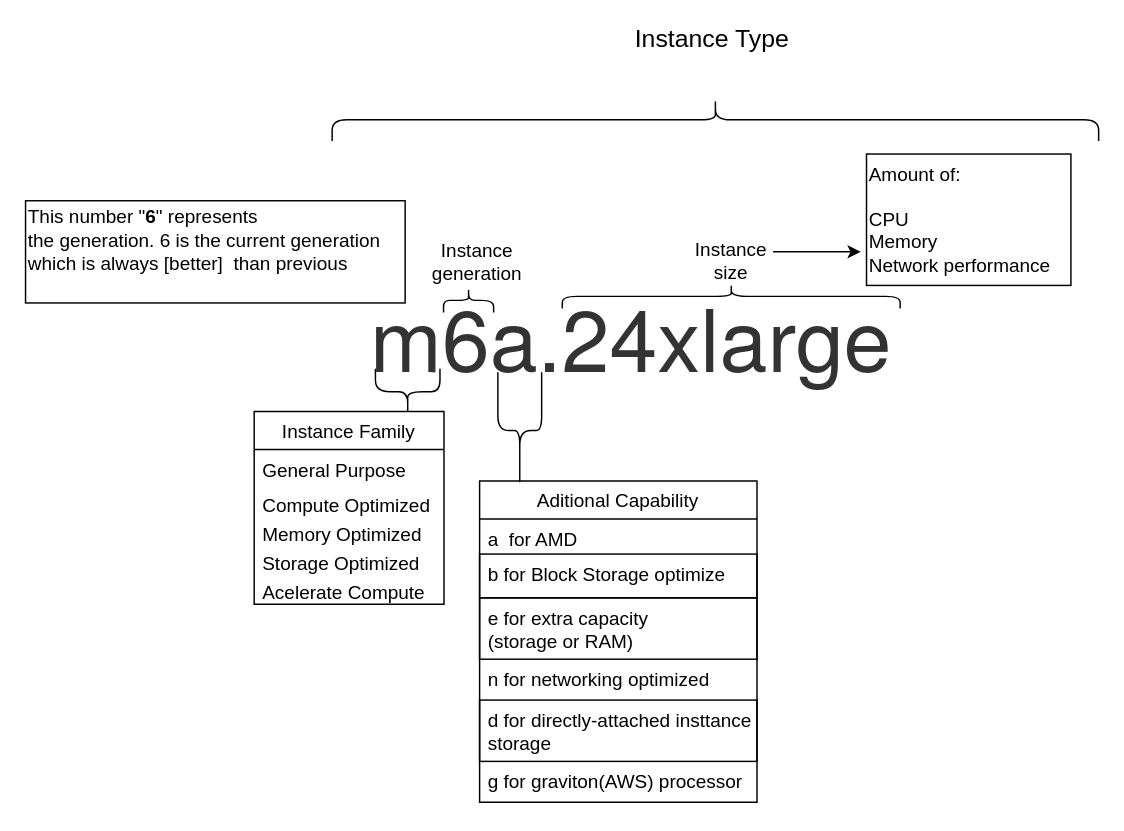
Before: certification/ec2/ec2_naming_pattern.drawio in ldipotetjob/AWS, a draw.io diagram. Source tidied: cells renumbered, new cells numbered last; positions are measured from the earlier drawing's top-left corner, leaving out a move shared by most shapes. Both pictures are drawn from the tidied source at 146%, with x=0, y=0 at pixel (25, 25).
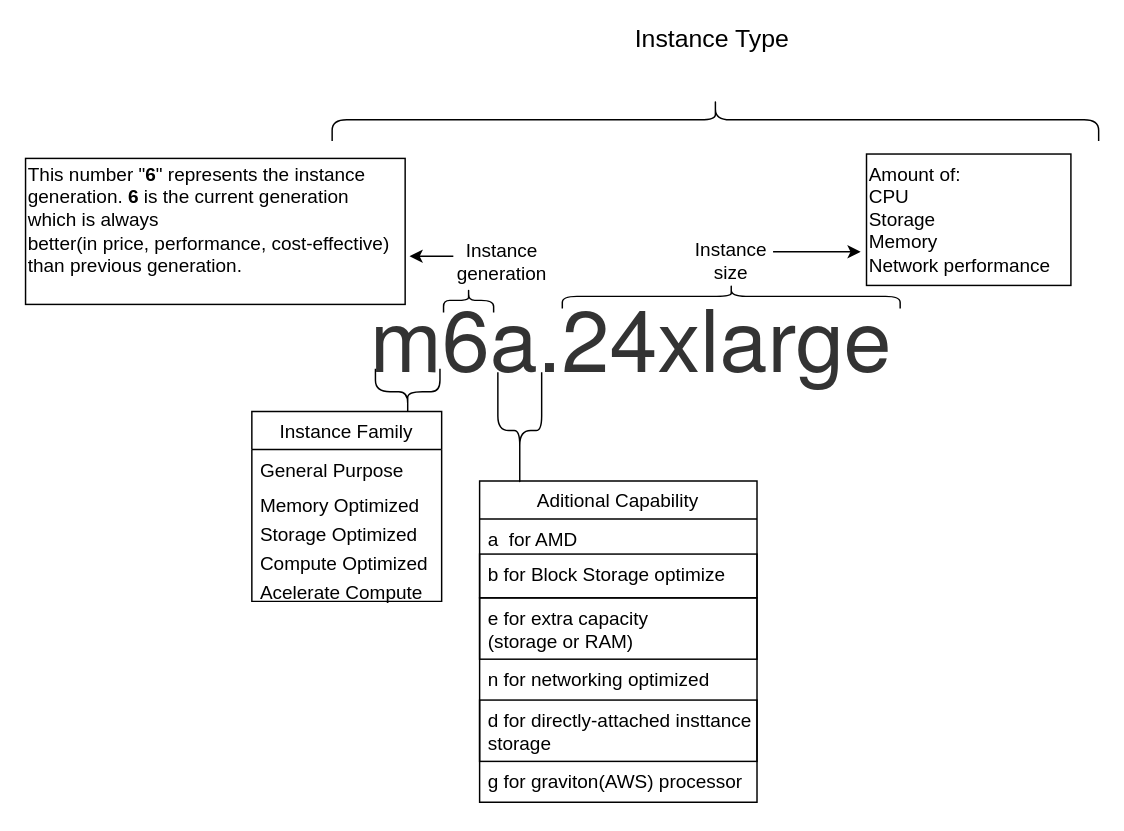
Above is the later version.

The edit, as a diff of the source:
```diff
@@
     <mxCell id="5" value="&lt;font style=&quot;font-size: 13px;&quot;&gt;Instance&lt;br&gt;generation&lt;br&gt;&lt;/font&gt;" style="text;html=1;align=center;verticalAlign=middle;strokeColor=none;fillColor=none;fontSize=13;" parent="1" vertex="1">
-      <mxGeometry x="269" y="142" width="80" height="40" as="geometry" />
+      <mxGeometry x="286" y="142" width="80" height="40" as="geometry" />
     </mxCell>
@@
-    <mxCell id="16" value="&lt;font style=&quot;font-size: 13px;&quot;&gt;Amount of:&lt;br&gt;&lt;br&gt;CPU&lt;br&gt;Memory&lt;br&gt;Network performance&lt;br&gt;&lt;/font&gt;" style="text;html=1;align=left;verticalAlign=middle;strokeColor=default;fillColor=none;fontSize=13;" parent="1" vertex="1">
+    <mxCell id="16" value="&lt;font style=&quot;font-size: 13px;&quot;&gt;Amount of:&lt;br&gt;CPU&lt;br&gt;Storage&lt;br&gt;Memory&lt;br&gt;Network performance&lt;br&gt;&lt;/font&gt;" style="text;html=1;align=left;verticalAlign=middle;strokeColor=default;fillColor=none;fontSize=13;" parent="1" vertex="1">
       <mxGeometry x="576" y="88" width="140" height="90" as="geometry" />
     </mxCell>
@@
     <mxCell id="18" value="Instance Family" style="swimlane;fontStyle=0;horizontal=1;startSize=26;fillColor=none;fontSize=13;" parent="1" vertex="1">
-      <mxGeometry x="156.6" y="264.4" width="130" height="132" as="geometry" />
+      <mxGeometry x="155" y="264.4" width="130" height="130" as="geometry" />
     </mxCell>
@@
-    <mxCell id="20" value="Compute Optimized " style="text;strokeColor=none;fillColor=none;align=left;verticalAlign=top;spacingLeft=4;spacingRight=4;overflow=hidden;fontSize=13;" parent="18" vertex="1">
-      <mxGeometry y="50" width="130" height="20" as="geometry" />
-    </mxCell>
     <mxCell id="21" value="Memory Optimized" style="text;strokeColor=none;fillColor=none;align=left;verticalAlign=top;spacingLeft=4;spacingRight=4;overflow=hidden;fontSize=13;" parent="18" vertex="1">
-      <mxGeometry y="70" width="130" height="20" as="geometry" />
+      <mxGeometry y="50" width="130" height="20" as="geometry" />
     </mxCell>
     <mxCell id="22" value="Storage Optimized&#10;" style="text;strokeColor=none;fillColor=none;align=left;verticalAlign=top;spacingLeft=4;spacingRight=4;overflow=hidden;fontSize=13;" parent="18" vertex="1">
-      <mxGeometry y="90" width="130" height="20" as="geometry" />
+      <mxGeometry y="70" width="130" height="20" as="geometry" />
     </mxCell>
+    <mxCell id="20" value="Compute Optimized " style="text;strokeColor=none;fillColor=none;align=left;verticalAlign=top;spacingLeft=4;spacingRight=4;overflow=hidden;fontSize=13;" parent="18" vertex="1">
+      <mxGeometry y="90" width="130" height="20" as="geometry" />
+    </mxCell>
     <mxCell id="23" value="Acelerate Compute" style="text;strokeColor=none;fillColor=none;align=left;verticalAlign=top;spacingLeft=4;spacingRight=4;overflow=hidden;fontSize=13;" parent="18" vertex="1">
-      <mxGeometry y="110" width="130" height="22" as="geometry" />
+      <mxGeometry y="110" width="130" height="20" as="geometry" />
     </mxCell>
@@
-    <mxCell id="26" value="&lt;font style=&quot;font-size: 13px;&quot;&gt;This number &quot;&lt;b&gt;6&lt;/b&gt;&quot; represents&lt;br&gt;the generation. 6 is the current generation&amp;nbsp;&lt;br&gt;which is always [better]&amp;nbsp; than previous&amp;nbsp;&amp;nbsp;&lt;br&gt;&lt;br&gt;&lt;/font&gt;" style="text;html=1;align=left;verticalAlign=middle;strokeColor=default;fillColor=none;fontSize=13;" parent="1" vertex="1">
-      <mxGeometry y="120" width="260" height="70" as="geometry" />
+    <mxCell id="26" value="&lt;font style=&quot;font-size: 13px;&quot;&gt;This number &quot;&lt;b&gt;6&lt;/b&gt;&quot; represents the instance &lt;br&gt;generation. &lt;b&gt;6&lt;/b&gt; is the current generation&amp;nbsp;&lt;br&gt;which is always &lt;br&gt;better(in price, performance, cost-effective) &lt;br&gt;than previous&amp;nbsp;generation.&amp;nbsp;&lt;br&gt;&lt;br&gt;&lt;/font&gt;" style="text;html=1;align=left;verticalAlign=middle;strokeColor=default;fillColor=none;fontSize=13;" parent="1" vertex="1">
+      <mxGeometry y="91" width="260" height="100" as="geometry" />
     </mxCell>
+    <mxCell id="27" style="endArrow=classic;html=1;rounded=0;fontSize=59;" parent="1" edge="1">
+      <mxGeometry relative="1" as="geometry">
+        <mxPoint x="293" y="158" as="sourcePoint" />
+        <mxPoint x="263" y="158" as="targetPoint" />
+      </mxGeometry>
+    </mxCell>
```
